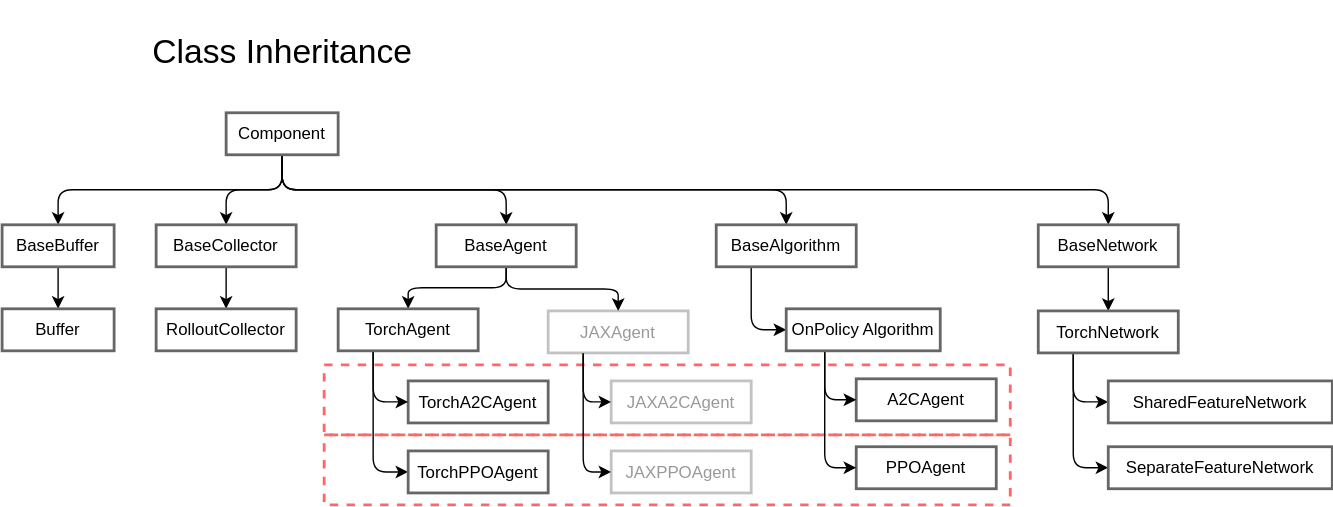
Before: docs/class_inheritance.svg, a diagram exported from draw.io (TolgaOk/Modular-Baselines). Source tidied: cells renumbered, new cells last; positions are measured from the earlier drawing's top-left corner, leaving out a move shared by most shapes. The source it was exported from:
```xml
<mxGraphModel>
  <root>
    <mxCell id="0" />
    <mxCell id="1" parent="0" />
    <mxCell id="2" style="rounded=0;whiteSpace=wrap;html=1;strokeColor=#FF6666;fillColor=none;dashed=1;strokeWidth=2;" parent="1" vertex="1">
      <mxGeometry x="230" y="260" width="490" height="50" as="geometry" />
    </mxCell>
    <mxCell id="3" style="rounded=0;whiteSpace=wrap;html=1;strokeColor=#FF6666;fillColor=none;dashed=1;strokeWidth=2;" parent="1" vertex="1">
      <mxGeometry x="230" y="310" width="490" height="50" as="geometry" />
    </mxCell>
    <mxCell id="4" style="edgeStyle=orthogonalEdgeStyle;html=1;exitX=0.5;exitY=1;exitDx=0;exitDy=0;entryX=0.5;entryY=0;entryDx=0;entryDy=0;" parent="1" edge="1" source="9" target="12">
      <mxGeometry relative="1" as="geometry" />
    </mxCell>
    <mxCell id="5" style="edgeStyle=orthogonalEdgeStyle;html=1;exitX=0.5;exitY=1;exitDx=0;exitDy=0;entryX=0.5;entryY=0;entryDx=0;entryDy=0;" parent="1" edge="1" source="9" target="15">
      <mxGeometry relative="1" as="geometry" />
    </mxCell>
    <mxCell id="6" style="edgeStyle=orthogonalEdgeStyle;html=1;exitX=0.5;exitY=1;exitDx=0;exitDy=0;" parent="1" edge="1" source="9" target="19">
      <mxGeometry relative="1" as="geometry" />
    </mxCell>
    <mxCell id="7" style="edgeStyle=orthogonalEdgeStyle;html=1;exitX=0.5;exitY=1;exitDx=0;exitDy=0;entryX=0.5;entryY=0;entryDx=0;entryDy=0;" parent="1" edge="1" source="9" target="26">
      <mxGeometry relative="1" as="geometry" />
    </mxCell>
    <mxCell id="8" style="edgeStyle=orthogonalEdgeStyle;html=1;exitX=0.5;exitY=1;exitDx=0;exitDy=0;" parent="1" edge="1" source="9" target="30">
      <mxGeometry relative="1" as="geometry" />
    </mxCell>
    <mxCell id="9" value="Component" style="rounded=0;whiteSpace=wrap;html=1;strokeColor=#666666;strokeWidth=2;glass=0;sketch=0;shadow=0;" parent="1" vertex="1">
      <mxGeometry x="160" y="80" width="80" height="30" as="geometry" />
    </mxCell>
    <mxCell id="10" value="&lt;h1&gt;&lt;span style=&quot;font-weight: normal&quot;&gt;Class Inheritance&lt;/span&gt;&lt;/h1&gt;" style="text;html=1;strokeColor=none;fillColor=none;align=center;verticalAlign=top;whiteSpace=wrap;rounded=0;" parent="1" vertex="1">
      <mxGeometry x="79.5" width="241" height="60" as="geometry" />
    </mxCell>
    <mxCell id="11" style="edgeStyle=orthogonalEdgeStyle;html=1;exitX=0.5;exitY=1;exitDx=0;exitDy=0;" parent="1" edge="1" source="12" target="13">
      <mxGeometry relative="1" as="geometry" />
    </mxCell>
    <mxCell id="12" value="BaseBuffer" style="rounded=0;whiteSpace=wrap;html=1;strokeColor=#666666;strokeWidth=2;glass=0;sketch=0;shadow=0;" parent="1" vertex="1">
      <mxGeometry y="160" width="80" height="30" as="geometry" />
    </mxCell>
    <mxCell id="13" value="Buffer" style="rounded=0;whiteSpace=wrap;html=1;strokeColor=#666666;strokeWidth=2;glass=0;sketch=0;shadow=0;" parent="1" vertex="1">
      <mxGeometry y="220" width="80" height="30" as="geometry" />
    </mxCell>
    <mxCell id="14" style="edgeStyle=orthogonalEdgeStyle;html=1;exitX=0.5;exitY=1;exitDx=0;exitDy=0;entryX=0.5;entryY=0;entryDx=0;entryDy=0;" parent="1" edge="1" source="15" target="16">
      <mxGeometry relative="1" as="geometry" />
    </mxCell>
    <mxCell id="15" value="BaseCollector" style="rounded=0;whiteSpace=wrap;html=1;strokeColor=#666666;strokeWidth=2;glass=0;sketch=0;shadow=0;" parent="1" vertex="1">
      <mxGeometry x="110" y="160" width="100" height="30" as="geometry" />
    </mxCell>
    <mxCell id="16" value="RolloutCollector" style="rounded=0;whiteSpace=wrap;html=1;strokeColor=#666666;strokeWidth=2;glass=0;sketch=0;shadow=0;" parent="1" vertex="1">
      <mxGeometry x="110" y="220" width="100" height="30" as="geometry" />
    </mxCell>
    <mxCell id="17" style="edgeStyle=orthogonalEdgeStyle;html=1;exitX=0.5;exitY=1;exitDx=0;exitDy=0;" parent="1" edge="1" source="19" target="23">
      <mxGeometry relative="1" as="geometry" />
    </mxCell>
    <mxCell id="18" style="edgeStyle=orthogonalEdgeStyle;html=1;exitX=0.5;exitY=1;exitDx=0;exitDy=0;entryX=0.5;entryY=0;entryDx=0;entryDy=0;" parent="1" edge="1" source="19" target="41">
      <mxGeometry relative="1" as="geometry" />
    </mxCell>
    <mxCell id="19" value="BaseAgent" style="rounded=0;whiteSpace=wrap;html=1;strokeColor=#666666;strokeWidth=2;glass=0;sketch=0;shadow=0;" parent="1" vertex="1">
      <mxGeometry x="310" y="160" width="100" height="30" as="geometry" />
    </mxCell>
    <mxCell id="20" value="TorchA2CAgent" style="rounded=0;whiteSpace=wrap;html=1;strokeColor=#666666;strokeWidth=2;glass=0;sketch=0;shadow=0;" parent="1" vertex="1">
      <mxGeometry x="290" y="271.5" width="100" height="30" as="geometry" />
    </mxCell>
    <mxCell id="21" style="edgeStyle=orthogonalEdgeStyle;html=1;exitX=0.25;exitY=1;exitDx=0;exitDy=0;entryX=0;entryY=0.5;entryDx=0;entryDy=0;" parent="1" edge="1" source="23" target="20">
      <mxGeometry relative="1" as="geometry" />
    </mxCell>
    <mxCell id="22" style="edgeStyle=orthogonalEdgeStyle;html=1;exitX=0.25;exitY=1;exitDx=0;exitDy=0;entryX=0;entryY=0.5;entryDx=0;entryDy=0;" parent="1" edge="1" source="23" target="24">
      <mxGeometry relative="1" as="geometry" />
    </mxCell>
    <mxCell id="23" value="TorchAgent" style="rounded=0;whiteSpace=wrap;html=1;strokeColor=#666666;strokeWidth=2;glass=0;sketch=0;shadow=0;" parent="1" vertex="1">
      <mxGeometry x="240" y="220" width="100" height="30" as="geometry" />
    </mxCell>
    <mxCell id="24" value="TorchPPOAgent" style="rounded=0;whiteSpace=wrap;html=1;strokeColor=#666666;strokeWidth=2;glass=0;sketch=0;shadow=0;" parent="1" vertex="1">
      <mxGeometry x="290" y="321.5" width="100" height="30" as="geometry" />
    </mxCell>
    <mxCell id="25" style="edgeStyle=orthogonalEdgeStyle;html=1;exitX=0.25;exitY=1;exitDx=0;exitDy=0;entryX=0;entryY=0.5;entryDx=0;entryDy=0;" parent="1" edge="1" source="26" target="38">
      <mxGeometry relative="1" as="geometry" />
    </mxCell>
    <mxCell id="26" value="BaseAlgorithm" style="rounded=0;whiteSpace=wrap;html=1;strokeColor=#666666;strokeWidth=2;glass=0;sketch=0;shadow=0;" parent="1" vertex="1">
      <mxGeometry x="510" y="160" width="100" height="30" as="geometry" />
    </mxCell>
    <mxCell id="27" value="A2CAgent" style="rounded=0;whiteSpace=wrap;html=1;strokeColor=#666666;strokeWidth=2;glass=0;sketch=0;shadow=0;" parent="1" vertex="1">
      <mxGeometry x="610" y="270" width="100" height="30" as="geometry" />
    </mxCell>
    <mxCell id="28" value="PPOAgent" style="rounded=0;whiteSpace=wrap;html=1;strokeColor=#666666;strokeWidth=2;glass=0;sketch=0;shadow=0;" parent="1" vertex="1">
      <mxGeometry x="610" y="318.5" width="100" height="30" as="geometry" />
    </mxCell>
    <mxCell id="29" style="edgeStyle=orthogonalEdgeStyle;html=1;exitX=0.5;exitY=1;exitDx=0;exitDy=0;entryX=0.5;entryY=0;entryDx=0;entryDy=0;" parent="1" edge="1" source="30" target="33">
      <mxGeometry relative="1" as="geometry" />
    </mxCell>
    <mxCell id="30" value="BaseNetwork" style="rounded=0;whiteSpace=wrap;html=1;strokeColor=#666666;strokeWidth=2;glass=0;sketch=0;shadow=0;" parent="1" vertex="1">
      <mxGeometry x="740" y="160" width="100" height="30" as="geometry" />
    </mxCell>
    <mxCell id="31" style="edgeStyle=orthogonalEdgeStyle;html=1;exitX=0.25;exitY=1;exitDx=0;exitDy=0;entryX=0;entryY=0.5;entryDx=0;entryDy=0;" parent="1" edge="1" source="33" target="34">
      <mxGeometry relative="1" as="geometry" />
    </mxCell>
    <mxCell id="32" style="edgeStyle=orthogonalEdgeStyle;html=1;exitX=0.25;exitY=1;exitDx=0;exitDy=0;entryX=0;entryY=0.5;entryDx=0;entryDy=0;" parent="1" edge="1" source="33" target="35">
      <mxGeometry relative="1" as="geometry" />
    </mxCell>
    <mxCell id="33" value="TorchNetwork" style="rounded=0;whiteSpace=wrap;html=1;strokeColor=#666666;strokeWidth=2;glass=0;sketch=0;shadow=0;" parent="1" vertex="1">
      <mxGeometry x="740" y="221.5" width="100" height="30" as="geometry" />
    </mxCell>
    <mxCell id="34" value="SharedFeatureNetwork" style="rounded=0;whiteSpace=wrap;html=1;strokeColor=#666666;strokeWidth=2;glass=0;sketch=0;shadow=0;" parent="1" vertex="1">
      <mxGeometry x="790" y="271.5" width="160" height="30" as="geometry" />
    </mxCell>
    <mxCell id="35" value="SeparateFeatureNetwork" style="rounded=0;whiteSpace=wrap;html=1;strokeColor=#666666;strokeWidth=2;glass=0;sketch=0;shadow=0;" parent="1" vertex="1">
      <mxGeometry x="790" y="318.5" width="160" height="30" as="geometry" />
    </mxCell>
    <mxCell id="36" style="edgeStyle=orthogonalEdgeStyle;html=1;exitX=0.25;exitY=1;exitDx=0;exitDy=0;entryX=0;entryY=0.5;entryDx=0;entryDy=0;" parent="1" edge="1" source="38" target="27">
      <mxGeometry relative="1" as="geometry" />
    </mxCell>
    <mxCell id="37" style="edgeStyle=orthogonalEdgeStyle;html=1;exitX=0.25;exitY=1;exitDx=0;exitDy=0;entryX=0;entryY=0.5;entryDx=0;entryDy=0;" parent="1" edge="1" source="38" target="28">
      <mxGeometry relative="1" as="geometry" />
    </mxCell>
    <mxCell id="38" value="OnPolicy Algorithm" style="rounded=0;whiteSpace=wrap;html=1;strokeColor=#666666;strokeWidth=2;glass=0;sketch=0;shadow=0;" parent="1" vertex="1">
      <mxGeometry x="560" y="220" width="110" height="30" as="geometry" />
    </mxCell>
    <mxCell id="39" style="edgeStyle=orthogonalEdgeStyle;html=1;exitX=0.25;exitY=1;exitDx=0;exitDy=0;entryX=0;entryY=0.5;entryDx=0;entryDy=0;" parent="1" edge="1" source="41" target="42">
      <mxGeometry relative="1" as="geometry" />
    </mxCell>
    <mxCell id="40" style="edgeStyle=orthogonalEdgeStyle;html=1;exitX=0.25;exitY=1;exitDx=0;exitDy=0;entryX=0;entryY=0.5;entryDx=0;entryDy=0;" parent="1" edge="1" source="41" target="43">
      <mxGeometry relative="1" as="geometry" />
    </mxCell>
    <mxCell id="41" value="&lt;font color=&quot;#999999&quot;&gt;JAXAgent&lt;/font&gt;" style="rounded=0;whiteSpace=wrap;html=1;strokeColor=#666666;strokeWidth=2;glass=0;sketch=0;shadow=0;opacity=40;" parent="1" vertex="1">
      <mxGeometry x="390" y="221.5" width="100" height="30" as="geometry" />
    </mxCell>
    <mxCell id="42" value="&lt;font color=&quot;#999999&quot;&gt;JAXA2CAgent&lt;/font&gt;" style="rounded=0;whiteSpace=wrap;html=1;strokeColor=#666666;strokeWidth=2;glass=0;sketch=0;shadow=0;opacity=40;" parent="1" vertex="1">
      <mxGeometry x="435" y="271.5" width="100" height="30" as="geometry" />
    </mxCell>
    <mxCell id="43" value="&lt;font color=&quot;#999999&quot;&gt;JAXPPOAgent&lt;/font&gt;" style="rounded=0;whiteSpace=wrap;html=1;strokeColor=#666666;strokeWidth=2;glass=0;sketch=0;shadow=0;opacity=40;" parent="1" vertex="1">
      <mxGeometry x="435" y="321.5" width="100" height="30" as="geometry" />
    </mxCell>
  </root>
</mxGraphModel>
```
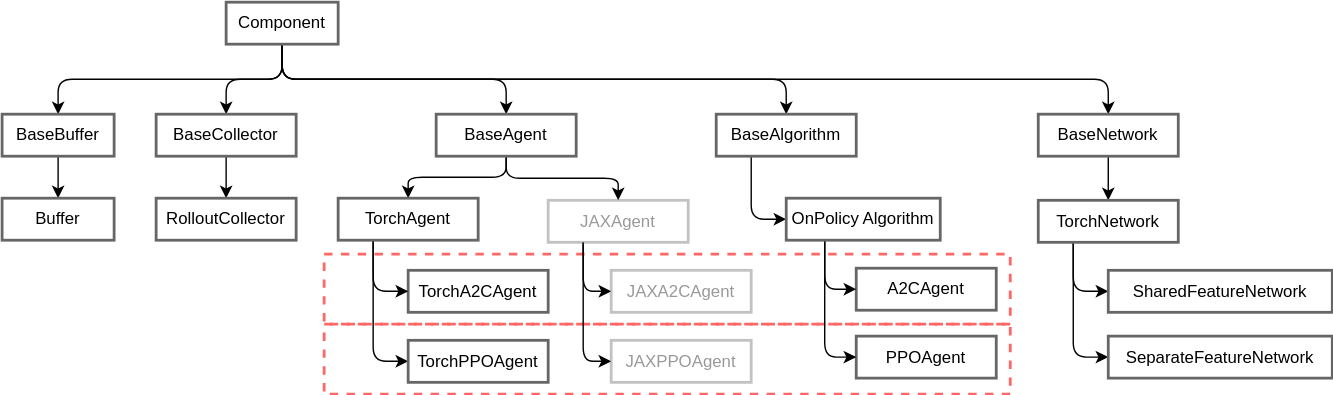
Above is the later version.

What changed in the source:
```diff
@@ -26,9 +26,6 @@
     <mxCell id="9" value="Component" style="rounded=0;whiteSpace=wrap;html=1;strokeColor=#666666;strokeWidth=2;glass=0;sketch=0;shadow=0;" parent="1" vertex="1">
       <mxGeometry x="160" y="80" width="80" height="30" as="geometry" />
     </mxCell>
-    <mxCell id="10" value="&lt;h1&gt;&lt;span style=&quot;font-weight: normal&quot;&gt;Class Inheritance&lt;/span&gt;&lt;/h1&gt;" style="text;html=1;strokeColor=none;fillColor=none;align=center;verticalAlign=top;whiteSpace=wrap;rounded=0;" parent="1" vertex="1">
-      <mxGeometry x="79.5" width="241" height="60" as="geometry" />
-    </mxCell>
     <mxCell id="11" style="edgeStyle=orthogonalEdgeStyle;html=1;exitX=0.5;exitY=1;exitDx=0;exitDy=0;" parent="1" edge="1" source="12" target="13">
       <mxGeometry relative="1" as="geometry" />
     </mxCell>
```
